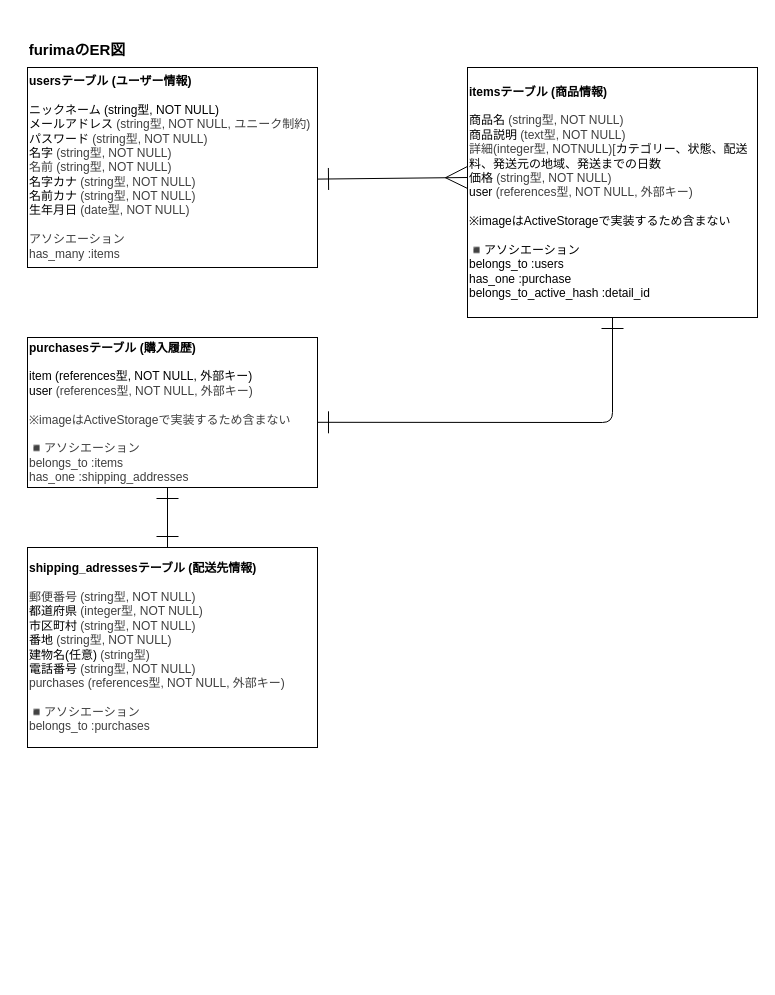
Before: er.dio in kuraomirako/furima-42532, a draw.io diagram. Source tidied: cells renumbered, new cells numbered last; positions are measured from the earlier drawing's top-left corner, leaving out a move shared by most shapes. Both pictures are drawn from the tidied source at 100%, with x=0, y=0 at pixel (27, 27).
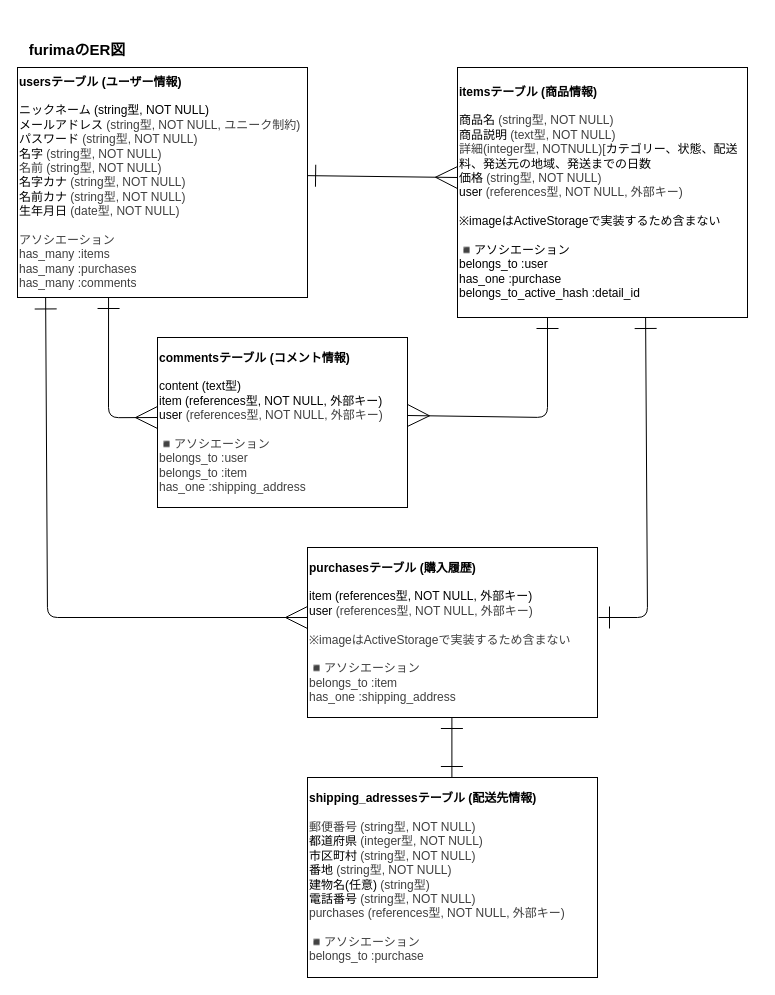
After the change.

Commit message (it also covers changes not shown here):
ER図・README修正2

Change to the diagram source:
```diff
@@
-    <mxCell id="3" style="edgeStyle=none;html=1;exitX=1;exitY=0.558;exitDx=0;exitDy=0;entryX=0;entryY=0.5;entryDx=0;entryDy=0;targetPerimeterSpacing=6;sourcePerimeterSpacing=6;endSize=20;endArrow=ERmany;endFill=0;startSize=20;strokeColor=default;startArrow=ERone;startFill=0;exitPerimeter=0;" parent="1" edge="1" source="4">
+    <mxCell id="3" style="edgeStyle=none;html=1;exitX=0.99;exitY=0.47;exitDx=0;exitDy=0;entryX=0;entryY=0.5;entryDx=0;entryDy=0;targetPerimeterSpacing=6;sourcePerimeterSpacing=6;endSize=20;endArrow=ERmany;endFill=0;startSize=20;strokeColor=default;startArrow=ERone;startFill=0;exitPerimeter=0;" parent="1" edge="1" source="4">
       <mxGeometry relative="1" as="geometry">
-        <mxPoint x="440" y="150" as="targetPoint" />
+        <mxPoint x="430" y="150" as="targetPoint" />
       </mxGeometry>
     </mxCell>
-    <mxCell id="4" value="&lt;div&gt;&lt;b&gt;usersテーブル (ユーザー情報)&lt;/b&gt;&lt;/div&gt;&lt;div&gt;&lt;br&gt;&lt;/div&gt;&lt;div&gt;ニックネーム (string型, NOT NULL)&lt;/div&gt;&lt;div&gt;&lt;span style=&quot;background-color: transparent;&quot;&gt;メールアドレス&lt;/span&gt;&lt;span style=&quot;color: rgb(63, 63, 63); background-color: transparent;&quot;&gt;&amp;nbsp;&lt;/span&gt;&lt;span style=&quot;color: rgb(63, 63, 63); background-color: transparent;&quot;&gt;(string型, NOT NULL, ユニーク制約)&lt;/span&gt;&lt;/div&gt;&lt;div&gt;パスワード&lt;span style=&quot;background-color: transparent; color: rgb(63, 63, 63);&quot;&gt;&amp;nbsp;&lt;/span&gt;&lt;span style=&quot;background-color: transparent; color: rgb(63, 63, 63);&quot;&gt;(string型, NOT NULL)&lt;/span&gt;&lt;/div&gt;&lt;div&gt;名字&lt;span style=&quot;background-color: transparent; color: rgb(63, 63, 63);&quot;&gt;&amp;nbsp;&lt;/span&gt;&lt;span style=&quot;background-color: transparent; color: rgb(63, 63, 63);&quot;&gt;(string型, NOT NULL)&lt;/span&gt;&lt;/div&gt;&lt;div&gt;&lt;span style=&quot;background-color: transparent; color: rgb(63, 63, 63);&quot;&gt;名前&amp;nbsp;&lt;/span&gt;&lt;span style=&quot;background-color: transparent; color: rgb(63, 63, 63);&quot;&gt;(string型, NOT NULL)&lt;/span&gt;&lt;/div&gt;&lt;div&gt;名字カナ&lt;span style=&quot;background-color: transparent; color: rgb(63, 63, 63);&quot;&gt;&amp;nbsp;&lt;/span&gt;&lt;span style=&quot;background-color: transparent; color: rgb(63, 63, 63);&quot;&gt;(string型, NOT NULL)&lt;/span&gt;&lt;/div&gt;&lt;div&gt;名前カナ&lt;span style=&quot;background-color: transparent; color: rgb(63, 63, 63);&quot;&gt;&amp;nbsp;&lt;/span&gt;&lt;span style=&quot;background-color: transparent; color: rgb(63, 63, 63);&quot;&gt;(string型, NOT NULL)&lt;/span&gt;&lt;/div&gt;&lt;div&gt;生年月日&lt;span style=&quot;background-color: transparent; color: rgb(63, 63, 63);&quot;&gt;&amp;nbsp;&lt;/span&gt;&lt;span style=&quot;background-color: transparent; color: rgb(63, 63, 63);&quot;&gt;(date型, NOT NULL)&lt;/span&gt;&lt;/div&gt;&lt;div&gt;&lt;span style=&quot;background-color: transparent; color: rgb(63, 63, 63);&quot;&gt;&lt;br&gt;&lt;/span&gt;&lt;/div&gt;&lt;div&gt;&lt;span style=&quot;background-color: transparent; color: rgb(63, 63, 63);&quot;&gt;アソシエーション&lt;/span&gt;&lt;/div&gt;&lt;div&gt;&lt;span style=&quot;background-color: transparent; color: rgb(63, 63, 63);&quot;&gt;has_many :items&lt;/span&gt;&lt;/div&gt;" style="whiteSpace=wrap;html=1;align=left;" parent="1" vertex="1">
-      <mxGeometry y="40" width="290" height="200" as="geometry" />
+    <mxCell id="4" value="&lt;div&gt;&lt;b&gt;usersテーブル (ユーザー情報)&lt;/b&gt;&lt;/div&gt;&lt;div&gt;&lt;br&gt;&lt;/div&gt;&lt;div&gt;ニックネーム (string型, NOT NULL)&lt;/div&gt;&lt;div&gt;&lt;span style=&quot;background-color: transparent;&quot;&gt;メールアドレス&lt;/span&gt;&lt;span style=&quot;color: rgb(63, 63, 63); background-color: transparent;&quot;&gt;&amp;nbsp;&lt;/span&gt;&lt;span style=&quot;color: rgb(63, 63, 63); background-color: transparent;&quot;&gt;(string型, NOT NULL, ユニーク制約)&lt;/span&gt;&lt;/div&gt;&lt;div&gt;パスワード&lt;span style=&quot;background-color: transparent; color: rgb(63, 63, 63);&quot;&gt;&amp;nbsp;&lt;/span&gt;&lt;span style=&quot;background-color: transparent; color: rgb(63, 63, 63);&quot;&gt;(string型, NOT NULL)&lt;/span&gt;&lt;/div&gt;&lt;div&gt;名字&lt;span style=&quot;background-color: transparent; color: rgb(63, 63, 63);&quot;&gt;&amp;nbsp;&lt;/span&gt;&lt;span style=&quot;background-color: transparent; color: rgb(63, 63, 63);&quot;&gt;(string型, NOT NULL)&lt;/span&gt;&lt;/div&gt;&lt;div&gt;&lt;span style=&quot;background-color: transparent; color: rgb(63, 63, 63);&quot;&gt;名前&amp;nbsp;&lt;/span&gt;&lt;span style=&quot;background-color: transparent; color: rgb(63, 63, 63);&quot;&gt;(string型, NOT NULL)&lt;/span&gt;&lt;/div&gt;&lt;div&gt;名字カナ&lt;span style=&quot;background-color: transparent; color: rgb(63, 63, 63);&quot;&gt;&amp;nbsp;&lt;/span&gt;&lt;span style=&quot;background-color: transparent; color: rgb(63, 63, 63);&quot;&gt;(string型, NOT NULL)&lt;/span&gt;&lt;/div&gt;&lt;div&gt;名前カナ&lt;span style=&quot;background-color: transparent; color: rgb(63, 63, 63);&quot;&gt;&amp;nbsp;&lt;/span&gt;&lt;span style=&quot;background-color: transparent; color: rgb(63, 63, 63);&quot;&gt;(string型, NOT NULL)&lt;/span&gt;&lt;/div&gt;&lt;div&gt;生年月日&lt;span style=&quot;background-color: transparent; color: rgb(63, 63, 63);&quot;&gt;&amp;nbsp;&lt;/span&gt;&lt;span style=&quot;background-color: transparent; color: rgb(63, 63, 63);&quot;&gt;(date型, NOT NULL)&lt;/span&gt;&lt;/div&gt;&lt;div&gt;&lt;span style=&quot;background-color: transparent; color: rgb(63, 63, 63);&quot;&gt;&lt;br&gt;&lt;/span&gt;&lt;/div&gt;&lt;div&gt;&lt;span style=&quot;background-color: transparent; color: rgb(63, 63, 63);&quot;&gt;アソシエーション&lt;/span&gt;&lt;/div&gt;&lt;div&gt;&lt;span style=&quot;background-color: transparent; color: rgb(63, 63, 63);&quot;&gt;has_many :items&lt;/span&gt;&lt;/div&gt;&lt;div&gt;&lt;span style=&quot;background-color: transparent; color: rgb(63, 63, 63);&quot;&gt;has_many :purchases&lt;/span&gt;&lt;/div&gt;&lt;div&gt;&lt;span style=&quot;background-color: transparent; color: rgb(63, 63, 63);&quot;&gt;has_many :comments&lt;/span&gt;&lt;/div&gt;" style="whiteSpace=wrap;html=1;align=left;" parent="1" vertex="1">
+      <mxGeometry x="-10" y="40" width="290" height="230" as="geometry" />
     </mxCell>
-    <mxCell id="5" style="edgeStyle=none;html=1;endSize=20;startSize=20;endArrow=ERone;endFill=0;startArrow=ERone;startFill=0;entryX=1.001;entryY=0.437;entryDx=0;entryDy=0;entryPerimeter=0;exitX=0.5;exitY=1;exitDx=0;exitDy=0;" parent="1" edge="1" source="6">
+    <mxCell id="5" style="edgeStyle=none;html=1;endSize=20;startSize=20;endArrow=ERone;endFill=0;startArrow=ERone;startFill=0;exitX=0.459;exitY=0.988;exitDx=0;exitDy=0;exitPerimeter=0;" parent="1" edge="1">
       <mxGeometry relative="1" as="geometry">
-        <mxPoint x="290" y="394.8" as="targetPoint" />
+        <mxPoint x="618.1" y="290" as="sourcePoint" />
+        <mxPoint x="571" y="590" as="targetPoint" />
         <Array as="points">
-          <mxPoint x="585" y="395" />
+          <mxPoint x="620" y="590" />
         </Array>
       </mxGeometry>
     </mxCell>
-    <mxCell id="6" value="&lt;div&gt;&lt;b&gt;itemsテーブル (商品情報)&lt;/b&gt;&lt;/div&gt;&lt;div&gt;&lt;br&gt;&lt;/div&gt;&lt;div&gt;商品名&lt;span style=&quot;color: rgb(63, 63, 63); background-color: transparent;&quot;&gt;&amp;nbsp;&lt;/span&gt;&lt;span style=&quot;color: rgb(63, 63, 63); background-color: transparent;&quot;&gt;(string型, NOT NULL)&lt;/span&gt;&lt;/div&gt;&lt;div&gt;商品説明&lt;span style=&quot;color: rgb(63, 63, 63); background-color: transparent;&quot;&gt;&amp;nbsp;&lt;/span&gt;&lt;span style=&quot;color: rgb(63, 63, 63); background-color: transparent;&quot;&gt;(text型, NOT NULL)&lt;/span&gt;&lt;/div&gt;&lt;div&gt;&lt;span style=&quot;color: rgb(63, 63, 63); background-color: transparent;&quot;&gt;詳細(integer型, NOTNULL)[&lt;/span&gt;&lt;span style=&quot;background-color: transparent;&quot;&gt;カテゴリー、状態、配送料、発送元の地域、発送までの日数&lt;/span&gt;&lt;/div&gt;&lt;div&gt;価格&lt;span style=&quot;color: rgb(63, 63, 63); background-color: transparent;&quot;&gt;&amp;nbsp;&lt;/span&gt;&lt;span style=&quot;color: rgb(63, 63, 63); background-color: transparent;&quot;&gt;(string型, NOT NULL)&lt;/span&gt;&lt;/div&gt;&lt;div&gt;user&lt;span style=&quot;color: rgb(63, 63, 63); background-color: transparent;&quot;&gt;&amp;nbsp;&lt;/span&gt;&lt;span style=&quot;color: rgb(63, 63, 63); background-color: transparent;&quot;&gt;(references型, NOT NULL, 外部キー)&lt;/span&gt;&lt;/div&gt;&lt;div&gt;&lt;br&gt;&lt;/div&gt;&lt;div&gt;※imageはActiveStorageで実装するため含まない&lt;/div&gt;&lt;div&gt;&lt;br&gt;&lt;/div&gt;&lt;div&gt;◾️アソシエーション&lt;/div&gt;&lt;div&gt;belongs_to :users&lt;/div&gt;&lt;div&gt;has_one :purchase&lt;/div&gt;&lt;div&gt;belongs_to_active_hash :detail_id&lt;/div&gt;" style="whiteSpace=wrap;html=1;align=left;" parent="1" vertex="1">
-      <mxGeometry x="440" y="40" width="290" height="250" as="geometry" />
+    <mxCell id="6" value="&lt;div&gt;&lt;b&gt;itemsテーブル (商品情報)&lt;/b&gt;&lt;/div&gt;&lt;div&gt;&lt;br&gt;&lt;/div&gt;&lt;div&gt;商品名&lt;span style=&quot;color: rgb(63, 63, 63); background-color: transparent;&quot;&gt;&amp;nbsp;&lt;/span&gt;&lt;span style=&quot;color: rgb(63, 63, 63); background-color: transparent;&quot;&gt;(string型, NOT NULL)&lt;/span&gt;&lt;/div&gt;&lt;div&gt;商品説明&lt;span style=&quot;color: rgb(63, 63, 63); background-color: transparent;&quot;&gt;&amp;nbsp;&lt;/span&gt;&lt;span style=&quot;color: rgb(63, 63, 63); background-color: transparent;&quot;&gt;(text型, NOT NULL)&lt;/span&gt;&lt;/div&gt;&lt;div&gt;&lt;span style=&quot;color: rgb(63, 63, 63); background-color: transparent;&quot;&gt;詳細(integer型, NOTNULL)[&lt;/span&gt;&lt;span style=&quot;background-color: transparent;&quot;&gt;カテゴリー、状態、配送料、発送元の地域、発送までの日数&lt;/span&gt;&lt;/div&gt;&lt;div&gt;価格&lt;span style=&quot;color: rgb(63, 63, 63); background-color: transparent;&quot;&gt;&amp;nbsp;&lt;/span&gt;&lt;span style=&quot;color: rgb(63, 63, 63); background-color: transparent;&quot;&gt;(string型, NOT NULL)&lt;/span&gt;&lt;/div&gt;&lt;div&gt;user&lt;span style=&quot;color: rgb(63, 63, 63); background-color: transparent;&quot;&gt;&amp;nbsp;&lt;/span&gt;&lt;span style=&quot;color: rgb(63, 63, 63); background-color: transparent;&quot;&gt;(references型, NOT NULL, 外部キー)&lt;/span&gt;&lt;/div&gt;&lt;div&gt;&lt;br&gt;&lt;/div&gt;&lt;div&gt;※imageはActiveStorageで実装するため含まない&lt;/div&gt;&lt;div&gt;&lt;br&gt;&lt;/div&gt;&lt;div&gt;◾️アソシエーション&lt;/div&gt;&lt;div&gt;belongs_to :user&lt;/div&gt;&lt;div&gt;has_one :purchase&lt;/div&gt;&lt;div&gt;belongs_to_active_hash :detail_id&lt;/div&gt;" style="whiteSpace=wrap;html=1;align=left;" parent="1" vertex="1">
+      <mxGeometry x="430" y="40" width="290" height="250" as="geometry" />
     </mxCell>
-    <mxCell id="7" value="&lt;div&gt;&lt;b&gt;purchasesテーブル (購入履歴)&lt;/b&gt;&lt;/div&gt;&lt;div&gt;&lt;br&gt;&lt;/div&gt;&lt;div&gt;item (references型, NOT NULL, 外部キー)&lt;/div&gt;&lt;div&gt;user&lt;span style=&quot;color: rgb(63, 63, 63); background-color: transparent;&quot;&gt;&amp;nbsp;&lt;/span&gt;&lt;span style=&quot;color: rgb(63, 63, 63); background-color: transparent;&quot;&gt;(references型, NOT NULL, 外部キー)&lt;/span&gt;&lt;/div&gt;&lt;div&gt;&lt;span style=&quot;background-color: transparent; color: rgb(63, 63, 63);&quot;&gt;&lt;br&gt;&lt;/span&gt;&lt;/div&gt;&lt;div&gt;&lt;span style=&quot;background-color: transparent; color: rgb(63, 63, 63);&quot;&gt;&lt;span style=&quot;color: rgb(63, 63, 63);&quot;&gt;※imageはActiveStorageで実装するため含まない&lt;/span&gt;&lt;/span&gt;&lt;/div&gt;&lt;div&gt;&lt;span style=&quot;background-color: transparent; color: rgb(63, 63, 63);&quot;&gt;&lt;span style=&quot;color: rgb(63, 63, 63);&quot;&gt;&lt;br&gt;&lt;/span&gt;&lt;/span&gt;&lt;/div&gt;&lt;div&gt;&lt;span style=&quot;background-color: transparent; color: rgb(63, 63, 63);&quot;&gt;&lt;span style=&quot;color: rgb(63, 63, 63);&quot;&gt;◾️アソシエーション&lt;/span&gt;&lt;/span&gt;&lt;/div&gt;&lt;div&gt;&lt;span style=&quot;background-color: transparent; color: rgb(63, 63, 63);&quot;&gt;&lt;span style=&quot;color: rgb(63, 63, 63);&quot;&gt;belongs_to :items&lt;/span&gt;&lt;/span&gt;&lt;/div&gt;&lt;div&gt;&lt;span style=&quot;background-color: transparent; color: rgb(63, 63, 63);&quot;&gt;&lt;span style=&quot;color: rgb(63, 63, 63);&quot;&gt;has_one :shipping_addresses&lt;/span&gt;&lt;/span&gt;&lt;/div&gt;" style="whiteSpace=wrap;html=1;align=left;" parent="1" vertex="1">
-      <mxGeometry y="310" width="290" height="150" as="geometry" />
+    <mxCell id="7" value="&lt;div&gt;&lt;b&gt;purchasesテーブル (購入履歴)&lt;/b&gt;&lt;/div&gt;&lt;div&gt;&lt;br&gt;&lt;/div&gt;&lt;div&gt;item (references型, NOT NULL, 外部キー)&lt;/div&gt;&lt;div&gt;user&lt;span style=&quot;color: rgb(63, 63, 63); background-color: transparent;&quot;&gt;&amp;nbsp;&lt;/span&gt;&lt;span style=&quot;color: rgb(63, 63, 63); background-color: transparent;&quot;&gt;(references型, NOT NULL, 外部キー)&lt;/span&gt;&lt;/div&gt;&lt;div&gt;&lt;span style=&quot;background-color: transparent; color: rgb(63, 63, 63);&quot;&gt;&lt;br&gt;&lt;/span&gt;&lt;/div&gt;&lt;div&gt;&lt;span style=&quot;background-color: transparent; color: rgb(63, 63, 63);&quot;&gt;&lt;span style=&quot;color: rgb(63, 63, 63);&quot;&gt;※imageはActiveStorageで実装するため含まない&lt;/span&gt;&lt;/span&gt;&lt;/div&gt;&lt;div&gt;&lt;span style=&quot;background-color: transparent; color: rgb(63, 63, 63);&quot;&gt;&lt;span style=&quot;color: rgb(63, 63, 63);&quot;&gt;&lt;br&gt;&lt;/span&gt;&lt;/span&gt;&lt;/div&gt;&lt;div&gt;&lt;span style=&quot;background-color: transparent; color: rgb(63, 63, 63);&quot;&gt;&lt;span style=&quot;color: rgb(63, 63, 63);&quot;&gt;◾️アソシエーション&lt;/span&gt;&lt;/span&gt;&lt;/div&gt;&lt;div&gt;&lt;span style=&quot;background-color: transparent; color: rgb(63, 63, 63);&quot;&gt;&lt;span style=&quot;color: rgb(63, 63, 63);&quot;&gt;belongs_to :item&lt;/span&gt;&lt;/span&gt;&lt;/div&gt;&lt;div&gt;&lt;span style=&quot;background-color: transparent; color: rgb(63, 63, 63);&quot;&gt;&lt;span style=&quot;color: rgb(63, 63, 63);&quot;&gt;has_one :shipping_address&lt;/span&gt;&lt;/span&gt;&lt;/div&gt;" style="whiteSpace=wrap;html=1;align=left;" parent="1" vertex="1">
+      <mxGeometry x="280" y="520" width="290" height="170" as="geometry" />
     </mxCell>
-    <mxCell id="8" value="&lt;div&gt;&lt;b&gt;shipping_adressesテーブル (配送先情報)&lt;/b&gt;&lt;/div&gt;&lt;div&gt;&lt;br&gt;&lt;/div&gt;&lt;div&gt;&lt;span style=&quot;background-color: transparent; color: rgb(63, 63, 63);&quot;&gt;郵便番号&amp;nbsp;&lt;/span&gt;&lt;span style=&quot;background-color: transparent; color: rgb(63, 63, 63);&quot;&gt;(string型, NOT NULL)&lt;/span&gt;&lt;/div&gt;&lt;div&gt;都道府県&lt;span style=&quot;background-color: transparent; color: rgb(63, 63, 63);&quot;&gt;&amp;nbsp;&lt;/span&gt;&lt;span style=&quot;background-color: transparent; color: rgb(63, 63, 63);&quot;&gt;(integer型, NOT NULL)&lt;/span&gt;&lt;/div&gt;&lt;div&gt;市区町村&lt;span style=&quot;background-color: transparent; color: rgb(63, 63, 63);&quot;&gt;&amp;nbsp;&lt;/span&gt;&lt;span style=&quot;background-color: transparent; color: rgb(63, 63, 63);&quot;&gt;(string型, NOT NULL)&lt;/span&gt;&lt;/div&gt;&lt;div&gt;番地&lt;span style=&quot;background-color: transparent; color: rgb(63, 63, 63);&quot;&gt;&amp;nbsp;&lt;/span&gt;&lt;span style=&quot;background-color: transparent; color: rgb(63, 63, 63);&quot;&gt;(string型, NOT NULL)&lt;/span&gt;&lt;/div&gt;&lt;div&gt;建物名(任意)&lt;span style=&quot;background-color: transparent; color: rgb(63, 63, 63);&quot;&gt;&amp;nbsp;&lt;/span&gt;&lt;span style=&quot;background-color: transparent; color: rgb(63, 63, 63);&quot;&gt;(string型)&lt;/span&gt;&lt;/div&gt;&lt;div&gt;電話番号&lt;span style=&quot;background-color: transparent; color: rgb(63, 63, 63);&quot;&gt;&amp;nbsp;&lt;/span&gt;&lt;span style=&quot;background-color: transparent; color: rgb(63, 63, 63);&quot;&gt;(string型, NOT NULL)&lt;/span&gt;&lt;/div&gt;&lt;div&gt;&lt;span style=&quot;background-color: transparent; color: rgb(63, 63, 63);&quot;&gt;purchases (references型, NOT NULL, 外部キー)&lt;/span&gt;&lt;/div&gt;&lt;div&gt;&lt;span style=&quot;background-color: transparent; color: rgb(63, 63, 63);&quot;&gt;&lt;br&gt;&lt;/span&gt;&lt;/div&gt;&lt;div&gt;&lt;span style=&quot;background-color: transparent; color: rgb(63, 63, 63);&quot;&gt;◾️アソシエーション&lt;/span&gt;&lt;/div&gt;&lt;div&gt;&lt;span style=&quot;background-color: transparent; color: rgb(63, 63, 63);&quot;&gt;belongs_to :purchases&lt;/span&gt;&lt;/div&gt;" style="whiteSpace=wrap;html=1;align=left;" parent="1" vertex="1">
-      <mxGeometry y="520" width="290" height="200" as="geometry" />
+    <mxCell id="8" value="&lt;div&gt;&lt;b&gt;shipping_adressesテーブル (配送先情報)&lt;/b&gt;&lt;/div&gt;&lt;div&gt;&lt;br&gt;&lt;/div&gt;&lt;div&gt;&lt;span style=&quot;background-color: transparent; color: rgb(63, 63, 63);&quot;&gt;郵便番号&amp;nbsp;&lt;/span&gt;&lt;span style=&quot;background-color: transparent; color: rgb(63, 63, 63);&quot;&gt;(string型, NOT NULL)&lt;/span&gt;&lt;/div&gt;&lt;div&gt;都道府県&lt;span style=&quot;background-color: transparent; color: rgb(63, 63, 63);&quot;&gt;&amp;nbsp;&lt;/span&gt;&lt;span style=&quot;background-color: transparent; color: rgb(63, 63, 63);&quot;&gt;(integer型, NOT NULL)&lt;/span&gt;&lt;/div&gt;&lt;div&gt;市区町村&lt;span style=&quot;background-color: transparent; color: rgb(63, 63, 63);&quot;&gt;&amp;nbsp;&lt;/span&gt;&lt;span style=&quot;background-color: transparent; color: rgb(63, 63, 63);&quot;&gt;(string型, NOT NULL)&lt;/span&gt;&lt;/div&gt;&lt;div&gt;番地&lt;span style=&quot;background-color: transparent; color: rgb(63, 63, 63);&quot;&gt;&amp;nbsp;&lt;/span&gt;&lt;span style=&quot;background-color: transparent; color: rgb(63, 63, 63);&quot;&gt;(string型, NOT NULL)&lt;/span&gt;&lt;/div&gt;&lt;div&gt;建物名(任意)&lt;span style=&quot;background-color: transparent; color: rgb(63, 63, 63);&quot;&gt;&amp;nbsp;&lt;/span&gt;&lt;span style=&quot;background-color: transparent; color: rgb(63, 63, 63);&quot;&gt;(string型)&lt;/span&gt;&lt;/div&gt;&lt;div&gt;電話番号&lt;span style=&quot;background-color: transparent; color: rgb(63, 63, 63);&quot;&gt;&amp;nbsp;&lt;/span&gt;&lt;span style=&quot;background-color: transparent; color: rgb(63, 63, 63);&quot;&gt;(string型, NOT NULL)&lt;/span&gt;&lt;/div&gt;&lt;div&gt;&lt;span style=&quot;background-color: transparent; color: rgb(63, 63, 63);&quot;&gt;purchases (references型, NOT NULL, 外部キー)&lt;/span&gt;&lt;/div&gt;&lt;div&gt;&lt;span style=&quot;background-color: transparent; color: rgb(63, 63, 63);&quot;&gt;&lt;br&gt;&lt;/span&gt;&lt;/div&gt;&lt;div&gt;&lt;span style=&quot;background-color: transparent; color: rgb(63, 63, 63);&quot;&gt;◾️アソシエーション&lt;/span&gt;&lt;/div&gt;&lt;div&gt;&lt;span style=&quot;background-color: transparent; color: rgb(63, 63, 63);&quot;&gt;belongs_to :purchase&lt;/span&gt;&lt;/div&gt;" style="whiteSpace=wrap;html=1;align=left;" parent="1" vertex="1">
+      <mxGeometry x="280" y="750" width="290" height="200" as="geometry" />
     </mxCell>
     <mxCell id="9" style="edgeStyle=none;html=1;endSize=20;startSize=20;endArrow=ERone;endFill=0;startArrow=ERone;startFill=0;" parent="1" edge="1">
       <mxGeometry relative="1" as="geometry">
-        <mxPoint x="140" y="460" as="sourcePoint" />
-        <mxPoint x="140" y="520" as="targetPoint" />
+        <mxPoint x="424.4" y="690" as="sourcePoint" />
+        <mxPoint x="424.4" y="750" as="targetPoint" />
       </mxGeometry>
     </mxCell>
+    <mxCell id="10" style="edgeStyle=none;html=1;endSize=20;startSize=20;endArrow=ERmany;endFill=0;startArrow=ERone;startFill=0;exitX=0.097;exitY=1.002;exitDx=0;exitDy=0;exitPerimeter=0;" parent="1" edge="1" source="4">
+      <mxGeometry relative="1" as="geometry">
+        <mxPoint x="280" y="590" as="targetPoint" />
+        <Array as="points">
+          <mxPoint x="20" y="590" />
+        </Array>
+      </mxGeometry>
+    </mxCell>
+    <mxCell id="11" value="&lt;div&gt;&lt;b&gt;commentsテーブル (コメント情報)&lt;/b&gt;&lt;/div&gt;&lt;div&gt;&lt;br&gt;&lt;/div&gt;&lt;div&gt;content (text型)&lt;/div&gt;&lt;div&gt;item (references型, NOT NULL, 外部キー)&lt;/div&gt;&lt;div&gt;user&lt;span style=&quot;color: rgb(63, 63, 63); background-color: transparent;&quot;&gt;&amp;nbsp;&lt;/span&gt;&lt;span style=&quot;color: rgb(63, 63, 63); background-color: transparent;&quot;&gt;(references型, NOT NULL, 外部キー)&lt;/span&gt;&lt;/div&gt;&lt;div&gt;&lt;span style=&quot;background-color: transparent; color: rgb(63, 63, 63);&quot;&gt;&lt;span style=&quot;color: rgb(63, 63, 63);&quot;&gt;&lt;br&gt;&lt;/span&gt;&lt;/span&gt;&lt;/div&gt;&lt;div&gt;&lt;span style=&quot;background-color: transparent; color: rgb(63, 63, 63);&quot;&gt;&lt;span style=&quot;color: rgb(63, 63, 63);&quot;&gt;◾️アソシエーション&lt;/span&gt;&lt;/span&gt;&lt;/div&gt;&lt;div&gt;&lt;span style=&quot;background-color: transparent; color: rgb(63, 63, 63);&quot;&gt;&lt;span style=&quot;color: rgb(63, 63, 63);&quot;&gt;&lt;span style=&quot;color: rgb(63, 63, 63);&quot;&gt;belongs_to :user&lt;/span&gt;&lt;/span&gt;&lt;/span&gt;&lt;/div&gt;&lt;div&gt;&lt;span style=&quot;background-color: transparent; color: rgb(63, 63, 63);&quot;&gt;&lt;span style=&quot;color: rgb(63, 63, 63);&quot;&gt;belongs_to :item&lt;/span&gt;&lt;/span&gt;&lt;/div&gt;&lt;div&gt;&lt;span style=&quot;background-color: transparent; color: rgb(63, 63, 63);&quot;&gt;&lt;span style=&quot;color: rgb(63, 63, 63);&quot;&gt;has_one :shipping_address&lt;/span&gt;&lt;/span&gt;&lt;/div&gt;" style="whiteSpace=wrap;html=1;align=left;" parent="1" vertex="1">
+      <mxGeometry x="130" y="310" width="250" height="170" as="geometry" />
+    </mxCell>
+    <mxCell id="12" style="edgeStyle=none;html=1;endSize=20;startSize=20;endArrow=ERmany;endFill=0;startArrow=ERone;startFill=0;exitX=0.314;exitY=1;exitDx=0;exitDy=0;exitPerimeter=0;" parent="1" edge="1" source="4">
+      <mxGeometry relative="1" as="geometry">
+        <mxPoint x="130" y="390" as="targetPoint" />
+        <Array as="points">
+          <mxPoint x="81" y="390.2" />
+        </Array>
+      </mxGeometry>
+    </mxCell>
+    <mxCell id="13" style="edgeStyle=none;html=1;endSize=20;startSize=20;endArrow=ERmany;endFill=0;startArrow=ERone;startFill=0;exitX=0.209;exitY=0.999;exitDx=0;exitDy=0;exitPerimeter=0;" parent="1" edge="1">
+      <mxGeometry relative="1" as="geometry">
+        <mxPoint x="520" y="290" as="sourcePoint" />
+        <mxPoint x="380" y="388" as="targetPoint" />
+        <Array as="points">
+          <mxPoint x="520" y="390" />
+        </Array>
+      </mxGeometry>
+    </mxCell>
```
